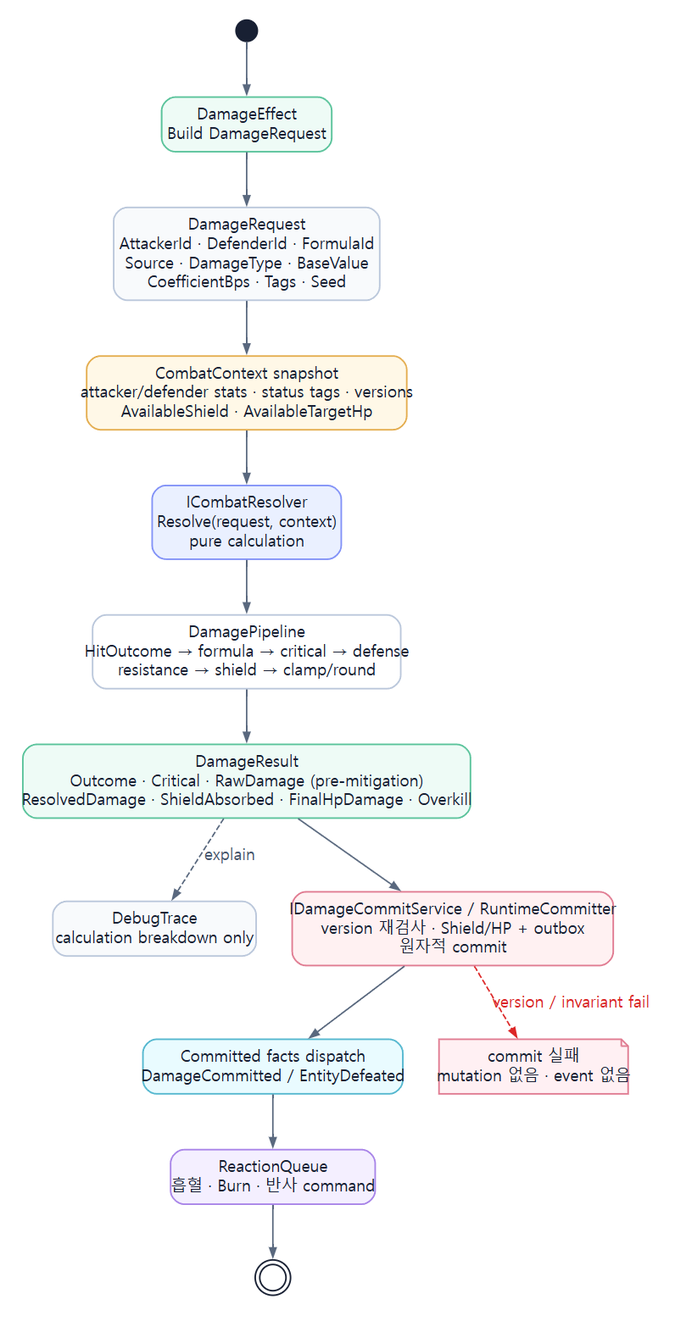
JY-LemongO/game-system-framework-knowledge-site keeps this Graphviz diagram as assets/diagrams/24_damage_execution_sequence_diagram.png. Above is the earlier version. Its source is kept beside it as source/diagrams/24_damage_execution_sequence_diagram.dot.
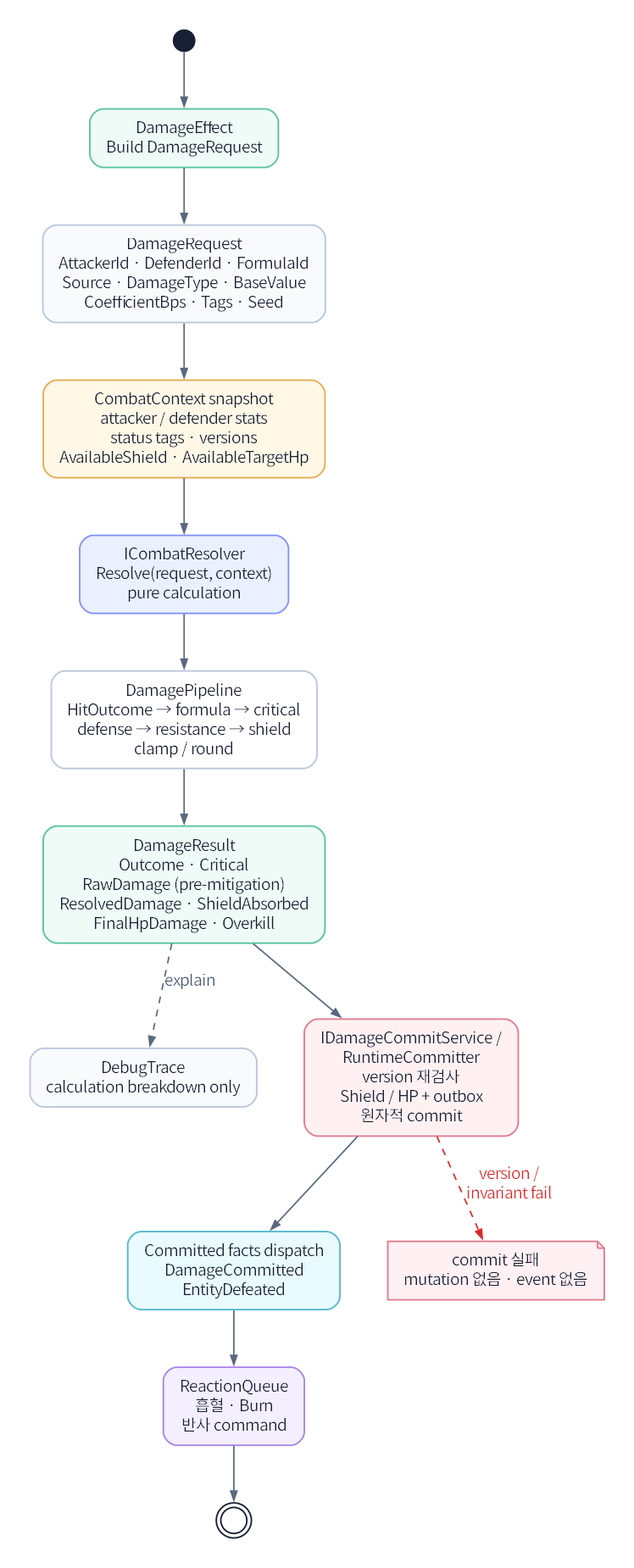
The same diagram one commit later.

What changed in the source:
```diff
@@ -1,24 +1,24 @@
 digraph G {
-  graph [fontname="Noto Sans CJK KR", bgcolor="#ffffff", margin=0.12, pad=0.25, ranksep=0.65, nodesep=0.45];
-  node [fontname="Noto Sans CJK KR", shape=box, style="rounded,filled", color="#bac7db", penwidth=1.4, fillcolor="#ffffff", fontcolor="#182033", margin="0.16,0.10"];
-  edge [fontname="Noto Sans CJK KR", color="#59687e", fontcolor="#46566e", arrowsize=0.8, penwidth=1.3];
-  rankdir=TB;
+  graph [fontname="Noto Sans KR", bgcolor="#ffffff", margin=0.12, pad=0.25, ranksep=0.68, nodesep=0.58];
+  node [fontname="Noto Sans KR", shape=box, style="rounded,filled", color="#bac7db", penwidth=1.4, fillcolor="#ffffff", fontcolor="#182033", margin="0.20,0.12"];
+  edge [fontname="Noto Sans KR", color="#59687e", fontcolor="#46566e", arrowsize=0.8, penwidth=1.3];
+  rankdir=TB; splines=polyline;
 
   start [shape=circle, width=.26, label="", fillcolor="#182033", color="#182033"];
   dmg [label="DamageEffect\nBuild DamageRequest", fillcolor="#eefbf6", color="#5ac39b"];
   req [label="DamageRequest\nAttackerId · DefenderId · FormulaId\nSource · DamageType · BaseValue\nCoefficientBps · Tags · Seed", fillcolor="#f8fafc"];
-  snapshot [label="CombatContext snapshot\nattacker/defender stats · status tags · versions\nAvailableShield · AvailableTargetHp", fillcolor="#fff8e7", color="#e4ad4f"];
+  snapshot [label="CombatContext snapshot\nattacker / defender stats\nstatus tags · versions\nAvailableShield · AvailableTargetHp", fillcolor="#fff8e7", color="#e4ad4f"];
   resolver [label="ICombatResolver\nResolve(request, context)\npure calculation", fillcolor="#eaf0ff", color="#8292f7"];
-  pipe [label="DamagePipeline\nHitOutcome → formula → critical → defense\nresistance → shield → clamp/round", fillcolor="#ffffff"];
-  result [label="DamageResult\nOutcome · Critical · RawDamage (pre-mitigation)\nResolvedDamage · ShieldAbsorbed · FinalHpDamage · Overkill", fillcolor="#eefbf6", color="#5ac39b"];
+  pipe [label="DamagePipeline\nHitOutcome → formula → critical\ndefense → resistance → shield\nclamp / round", fillcolor="#ffffff"];
+  result [label="DamageResult\nOutcome · Critical\nRawDamage (pre-mitigation)\nResolvedDamage · ShieldAbsorbed\nFinalHpDamage · Overkill", fillcolor="#eefbf6", color="#5ac39b"];
   trace [label="DebugTrace\ncalculation breakdown only", fillcolor="#f8fafc"];
-  commit [label="IDamageCommitService / RuntimeCommitter\nversion 재검사 · Shield/HP + outbox\n원자적 commit", fillcolor="#fff1f2", color="#e07b91"];
-  event [label="Committed facts dispatch\nDamageCommitted / EntityDefeated", fillcolor="#e9fbff", color="#54b7cf"];
-  reaction [label="ReactionQueue\n흡혈 · Burn · 반사 command", fillcolor="#f4efff", color="#a884e8"];
+  commit [label="IDamageCommitService /\nRuntimeCommitter\nversion 재검사\nShield / HP + outbox\n원자적 commit", fillcolor="#fff1f2", color="#e07b91"];
+  event [label="Committed facts dispatch\nDamageCommitted\nEntityDefeated", fillcolor="#e9fbff", color="#54b7cf"];
+  reaction [label="ReactionQueue\n흡혈 · Burn\n반사 command", fillcolor="#f4efff", color="#a884e8"];
   reject [shape=note, label="commit 실패\nmutation 없음 · event 없음", fillcolor="#fff0f3", color="#e07b91"];
   end [shape=doublecircle, width=.32, label="", fillcolor="#ffffff", color="#182033"];
 
   start -> dmg -> req -> snapshot -> resolver -> pipe -> result -> commit -> event -> reaction -> end;
   result -> trace [style=dashed, label="explain"];
-  commit -> reject [style=dashed, label="version / invariant fail", color="#dc2626", fontcolor="#dc2626"];
+  commit -> reject [style=dashed, label="version /\ninvariant fail", color="#dc2626", fontcolor="#dc2626"];
 }
```
